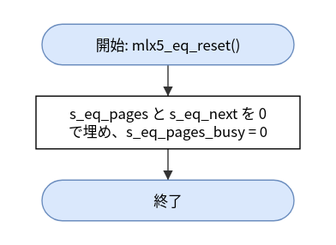
Earlier version of the draw.io export doc/spec/images/flow_src_mlx5_cmd-mlx5_eq_reset.drawio.svg (hf355051012-ai/bfmem). Source tidied: cells renumbered, new cells last; positions are measured from the earlier drawing's top-left corner, leaving out a move shared by most shapes.
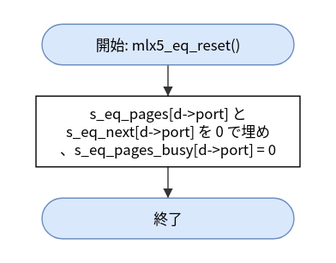
After the commit.

What changed in the source:
```diff
@@ -5,11 +5,11 @@
     <mxCell id="2" value="開始: mlx5_eq_reset()" style="rounded=1;arcSize=50;whiteSpace=wrap;html=1;fillColor=#dae8fc;strokeColor=#6c8ebf;" parent="1" vertex="1">
       <mxGeometry x="5" width="210" height="34" as="geometry" />
     </mxCell>
-    <mxCell id="3" value="s_eq_pages と s_eq_next を 0&lt;br&gt;で埋め、s_eq_pages_busy = 0" style="rounded=0;whiteSpace=wrap;html=1;" parent="1" vertex="1">
-      <mxGeometry y="60" width="220" height="44" as="geometry" />
+    <mxCell id="3" value="s_eq_pages[d-&amp;gt;port] と&lt;br&gt;s_eq_next[d-&amp;gt;port] を 0 で埋め&lt;br&gt;、s_eq_pages_busy[d-&amp;gt;port] = 0" style="rounded=0;whiteSpace=wrap;html=1;" parent="1" vertex="1">
+      <mxGeometry y="60" width="220" height="59" as="geometry" />
     </mxCell>
     <mxCell id="4" value="終了" style="rounded=1;arcSize=50;whiteSpace=wrap;html=1;fillColor=#dae8fc;strokeColor=#6c8ebf;" parent="1" vertex="1">
-      <mxGeometry x="5" y="130" width="210" height="34" as="geometry" />
+      <mxGeometry x="5" y="145" width="210" height="34" as="geometry" />
     </mxCell>
     <mxCell id="5" style="edgeStyle=none;html=1;rounded=0;endArrow=block;endFill=1;exitX=0.5000;exitY=1.0000;exitDx=0;exitDy=0;exitPerimeter=0;entryX=0.5000;entryY=0.0000;entryDx=0;entryDy=0;entryPerimeter=0;" parent="1" edge="1" source="2" target="3">
       <mxGeometry relative="1" as="geometry" />
```
